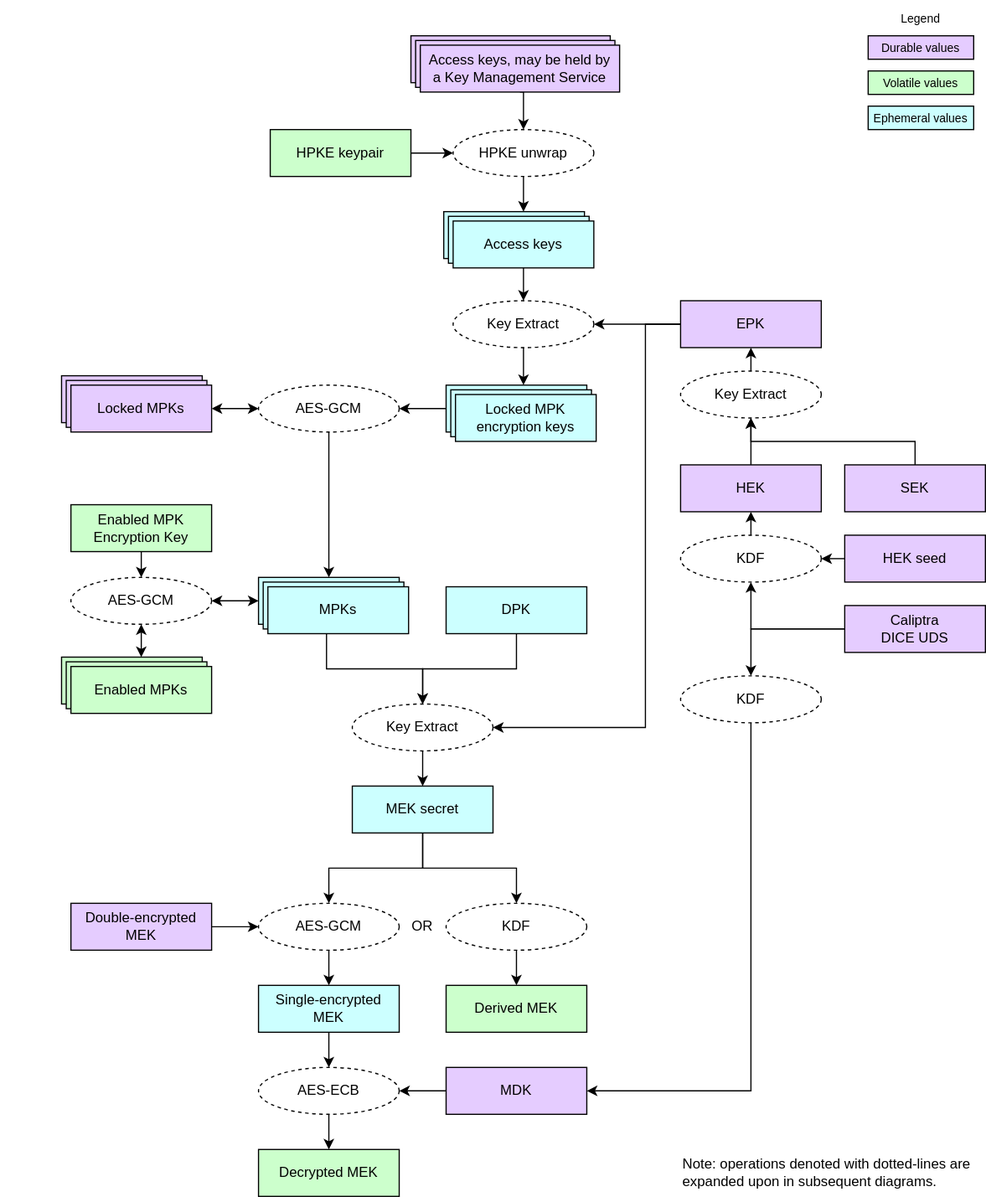
Before: doc/ocp_lock/diagrams/key_hierarchy.drawio.svg, a diagram exported from draw.io (chipsalliance/Caliptra). Source tidied: cells renumbered, new cells last; positions are measured from the earlier drawing's top-left corner, leaving out a move shared by most shapes.
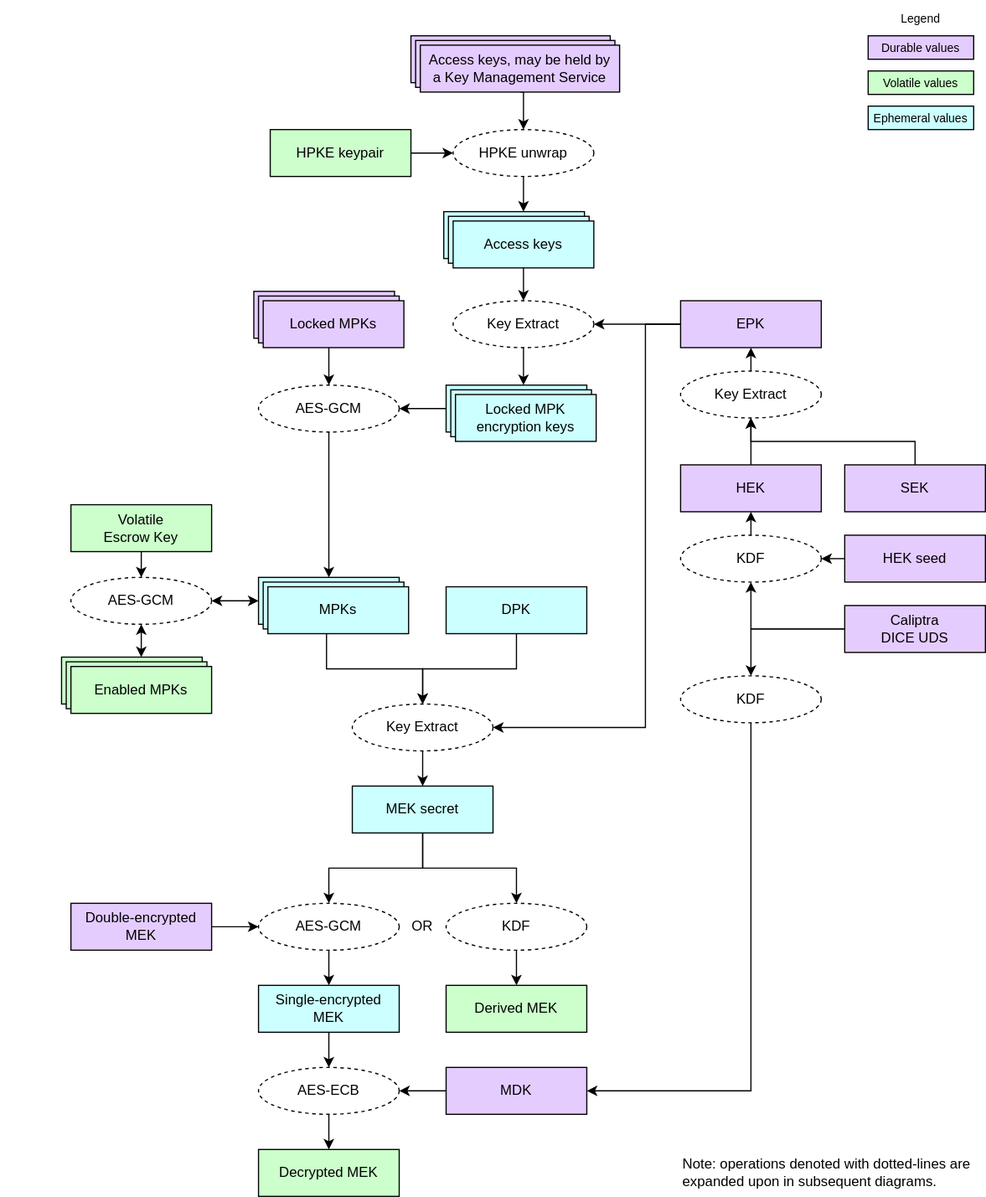
Above is the later version.

Commit message:
Rename "Enabled MPK Encryption Secret" to "Volatile Escrow Key". (#483)

Diff of the diagram source:
```diff
@@ -137,21 +137,23 @@
       <mxGeometry x="60" y="770" width="120" height="40" as="geometry" />
     </mxCell>
     <mxCell id="44" style="rounded=0;whiteSpace=wrap;html=1;align=center;verticalAlign=middle;shadow=0;glass=0;spacingLeft=0;spacingBottom=0;spacingTop=0;fillColor=#E5CCFF;" parent="1" vertex="1">
-      <mxGeometry x="52" y="320" width="120" height="40" as="geometry" />
+      <mxGeometry x="216" y="248" width="120" height="40" as="geometry" />
     </mxCell>
     <mxCell id="45" style="rounded=0;whiteSpace=wrap;html=1;align=center;verticalAlign=middle;shadow=0;glass=0;spacingLeft=0;spacingBottom=0;spacingTop=0;fillColor=#E5CCFF;" parent="1" vertex="1">
-      <mxGeometry x="56" y="324" width="120" height="40" as="geometry" />
+      <mxGeometry x="220" y="252" width="120" height="40" as="geometry" />
     </mxCell>
-    <mxCell id="46" style="edgeStyle=none;html=1;exitX=1;exitY=0.5;exitDx=0;exitDy=0;entryX=0;entryY=0.5;entryDx=0;entryDy=0;startArrow=classic;startFill=1;" parent="1" edge="1" source="47" target="12">
-      <mxGeometry relative="1" as="geometry" />
-    </mxCell>
+    <mxCell id="84" style="edgeStyle=none;html=1;entryX=0.5;entryY=0;entryDx=0;entryDy=0;" parent="1" edge="1" target="12">
+      <mxGeometry relative="1" as="geometry">
+        <mxPoint x="280" y="295" as="sourcePoint" />
+      </mxGeometry>
+    </mxCell>
     <mxCell id="47" value="&lt;div&gt;&lt;font color=&quot;#000000&quot;&gt;Locked MPKs&lt;/font&gt;&lt;/div&gt;" style="rounded=0;whiteSpace=wrap;html=1;align=center;verticalAlign=middle;shadow=0;glass=0;spacingLeft=0;spacingBottom=0;spacingTop=0;fillColor=#E5CCFF;" parent="1" vertex="1">
-      <mxGeometry x="60" y="328" width="120" height="40" as="geometry" />
+      <mxGeometry x="224" y="256" width="120" height="40" as="geometry" />
     </mxCell>
     <mxCell id="48" style="edgeStyle=none;html=1;exitX=0.5;exitY=1;exitDx=0;exitDy=0;entryX=0.5;entryY=0;entryDx=0;entryDy=0;" parent="1" edge="1" source="49" target="51">
       <mxGeometry relative="1" as="geometry" />
     </mxCell>
-    <mxCell id="49" value="&lt;div&gt;&lt;font color=&quot;#000000&quot;&gt;Enabled MPK Encryption Key&lt;/font&gt;&lt;/div&gt;" style="rounded=0;whiteSpace=wrap;html=1;align=center;verticalAlign=middle;shadow=0;glass=0;spacingLeft=0;spacingBottom=0;spacingTop=0;fillColor=#CCFFCC;" parent="1" vertex="1">
+    <mxCell id="49" value="&lt;div&gt;&lt;span style=&quot;background-color: transparent;&quot;&gt;&lt;font color=&quot;#000000&quot;&gt;Volatile&lt;/font&gt;&lt;/span&gt;&lt;/div&gt;&lt;div&gt;&lt;span style=&quot;background-color: transparent;&quot;&gt;Escrow Key&lt;/span&gt;&lt;/div&gt;" style="rounded=0;whiteSpace=wrap;html=1;align=center;verticalAlign=middle;shadow=0;glass=0;spacingLeft=0;spacingBottom=0;spacingTop=0;fillColor=#CCFFCC;" parent="1" vertex="1">
       <mxGeometry x="60" y="430" width="120" height="40" as="geometry" />
     </mxCell>
     <mxCell id="50" style="edgeStyle=none;html=1;exitX=0.5;exitY=1;exitDx=0;exitDy=0;startArrow=classic;startFill=1;" parent="1" edge="1" source="51">
```
